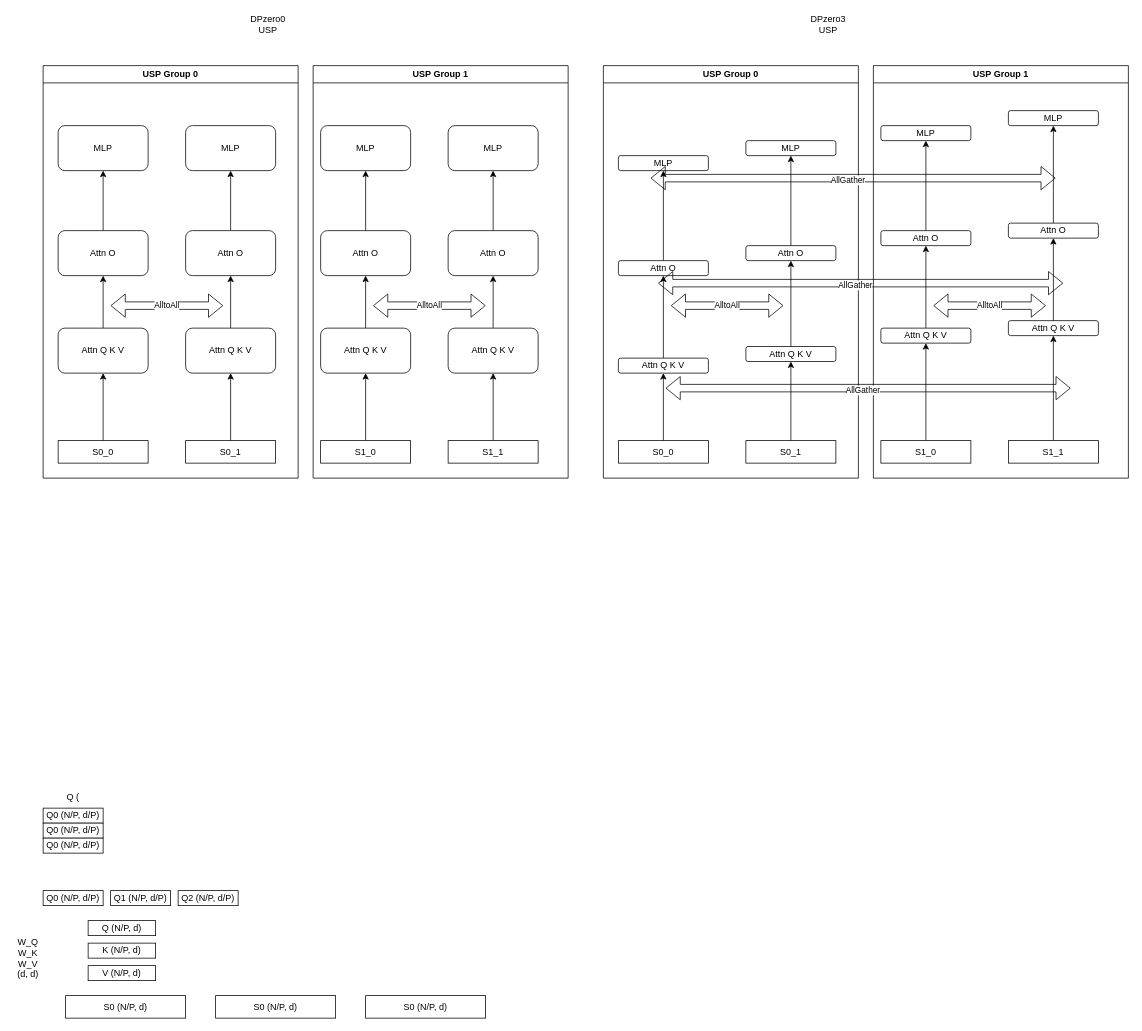
Above: Ulysses.drawio in LamForest/draw.io (draw.io), before the change. Source tidied: cells renumbered, new cells numbered last; positions are measured from the earlier drawing's top-left corner, leaving out a move shared by most shapes. Both pictures are drawn from the tidied source at 75%, with x=0, y=0 at pixel (13, 13).
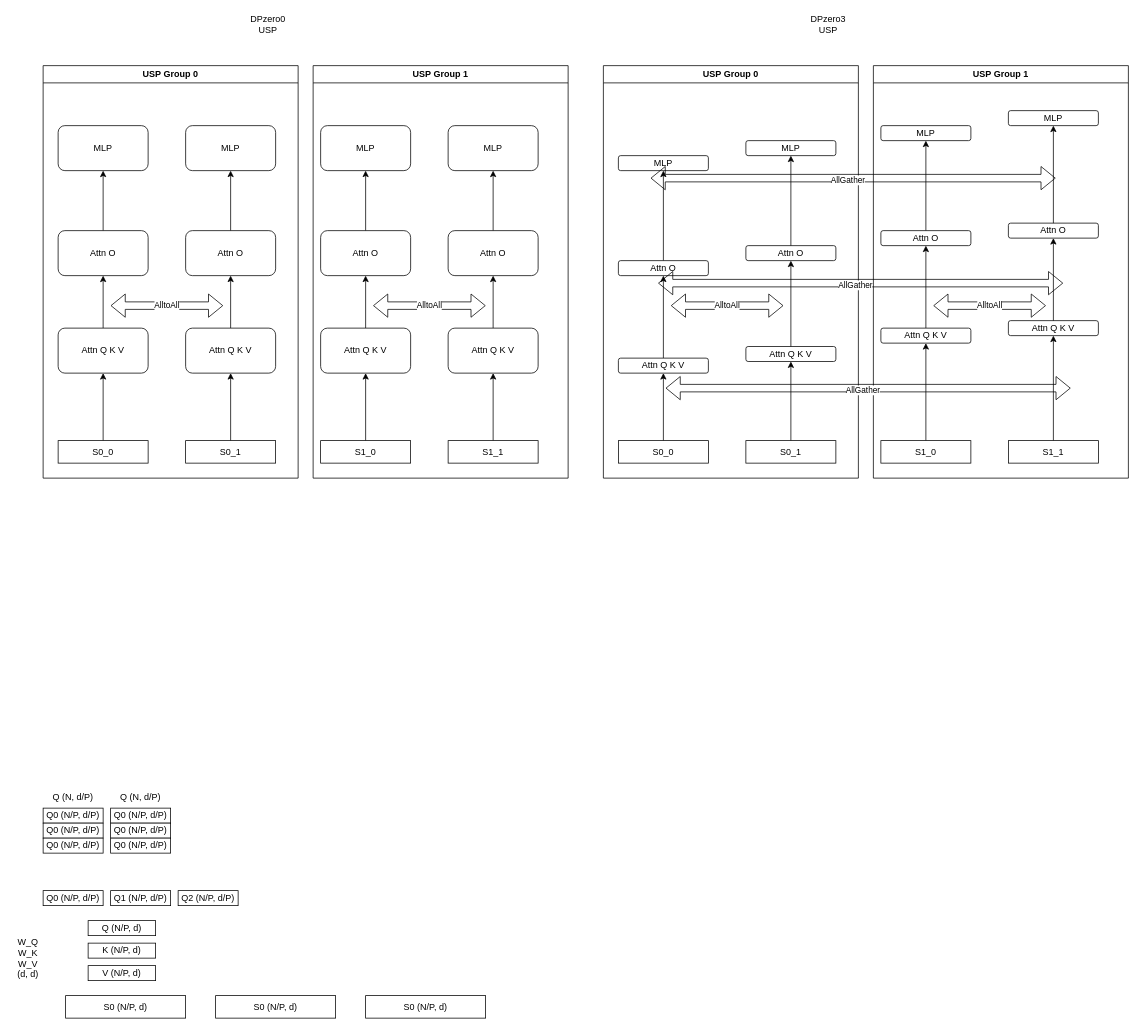
The same diagram, later.

The edit, as a diff of the source:
```diff
@@
-    <mxCell id="91" value="Q (" style="text;html=1;align=center;verticalAlign=middle;whiteSpace=wrap;rounded=0;" parent="1" vertex="1">
+    <mxCell id="91" value="Q (N, d/P)" style="text;html=1;align=center;verticalAlign=middle;whiteSpace=wrap;rounded=0;" parent="1" vertex="1">
       <mxGeometry x="50" y="1030" width="60" height="30" as="geometry" />
     </mxCell>
+    <mxCell id="92" value="Q0 (N/P, d/P)" style="rounded=0;whiteSpace=wrap;html=1;" parent="1" vertex="1">
+      <mxGeometry x="130" y="1060" width="80" height="20" as="geometry" />
+    </mxCell>
+    <mxCell id="93" value="Q0 (N/P, d/P)" style="rounded=0;whiteSpace=wrap;html=1;" parent="1" vertex="1">
+      <mxGeometry x="130" y="1080" width="80" height="20" as="geometry" />
+    </mxCell>
+    <mxCell id="94" value="Q0 (N/P, d/P)" style="rounded=0;whiteSpace=wrap;html=1;" parent="1" vertex="1">
+      <mxGeometry x="130" y="1100" width="80" height="20" as="geometry" />
+    </mxCell>
+    <mxCell id="95" value="Q (N, d/P)" style="text;html=1;align=center;verticalAlign=middle;whiteSpace=wrap;rounded=0;" parent="1" vertex="1">
+      <mxGeometry x="140" y="1030" width="60" height="30" as="geometry" />
+    </mxCell>
```
